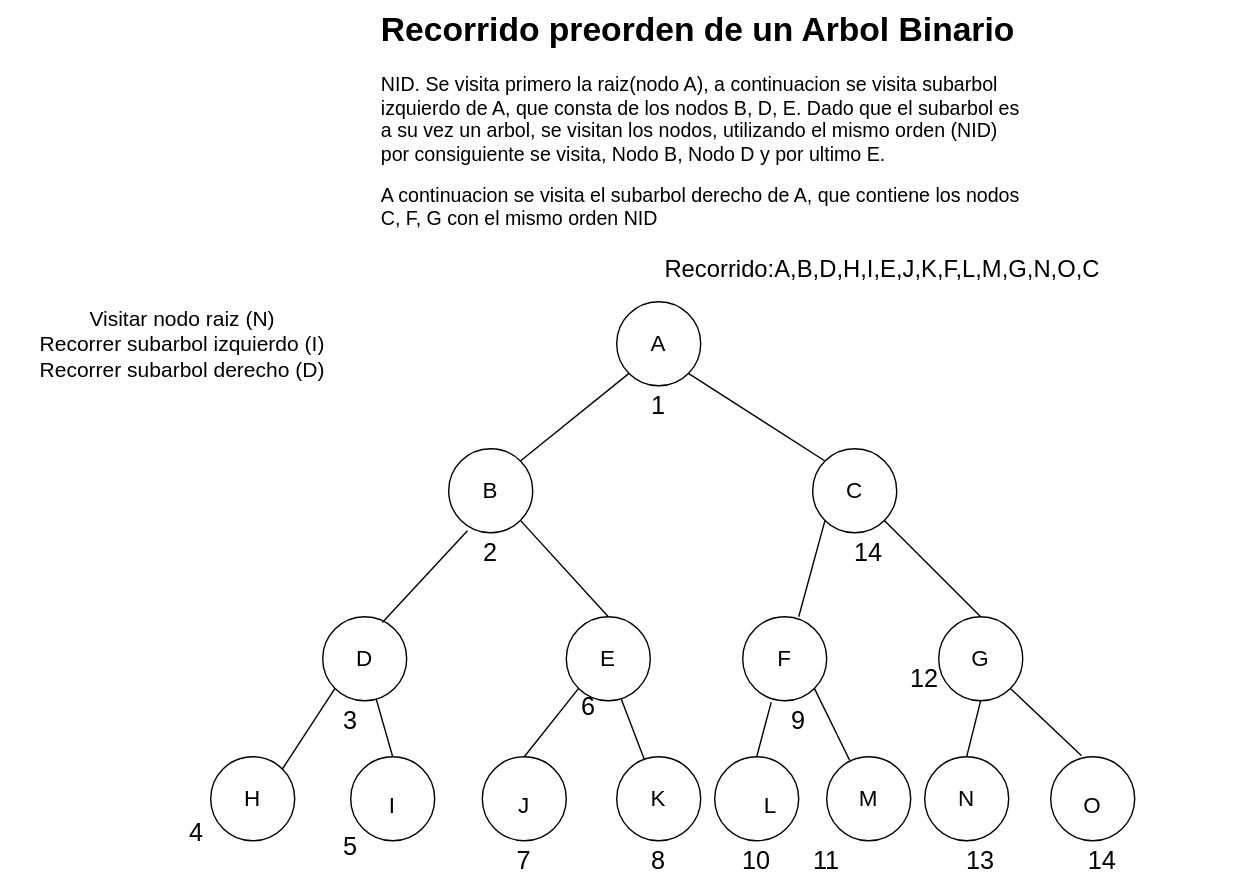
Above: Estructura-de-datos/Arboles/preorden.drawio.svg in Nordcode-cyber/Algoritmos-Estructdatos (draw.io), before the change. Source tidied: cells renumbered, new cells last; positions are measured from the earlier drawing's top-left corner, leaving out a move shared by most shapes.
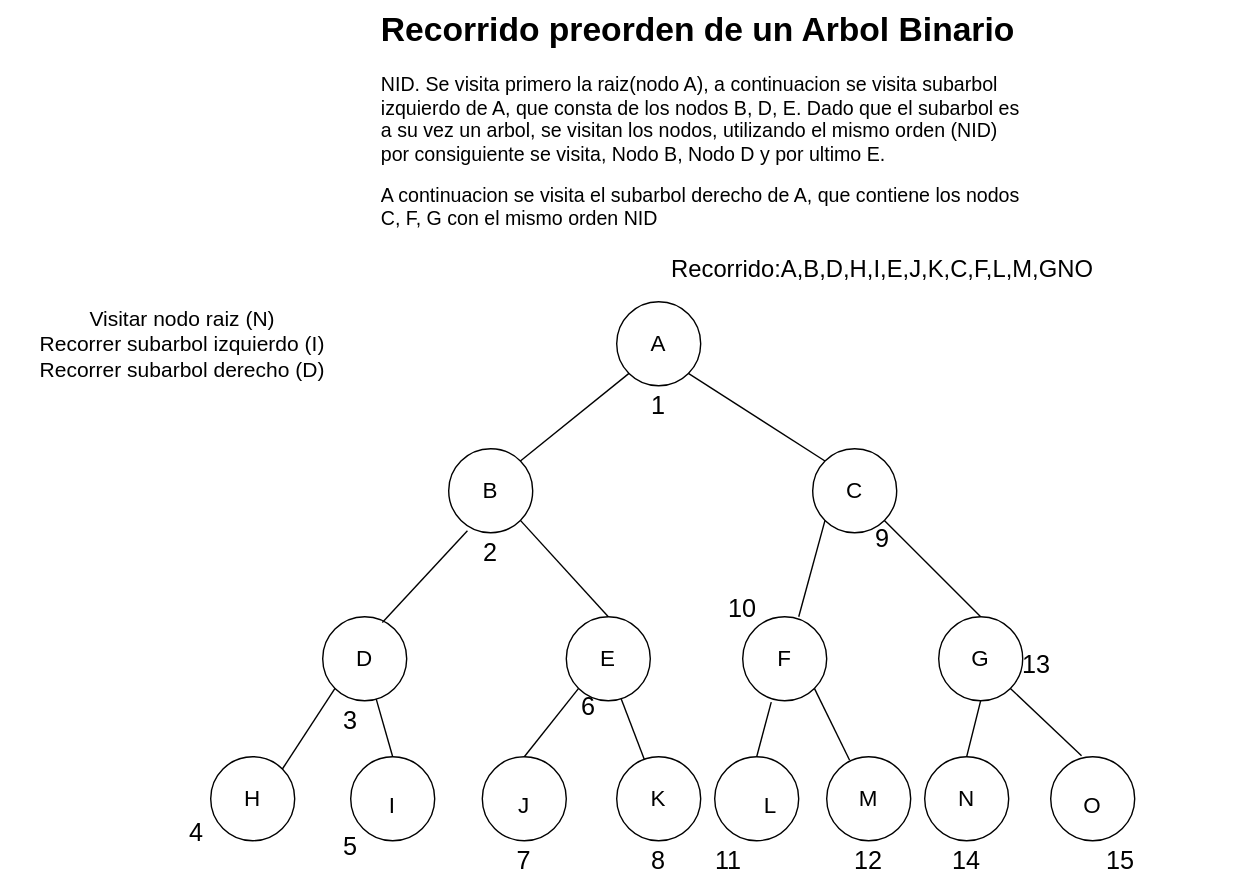
After the change.

What changed in the source:
```diff
@@ -74,7 +74,7 @@
     <mxCell id="25" value="&lt;font style=&quot;font-size: 18px; color: light-dark(rgb(0, 0, 0), rgb(153, 0, 0));&quot;&gt;2&lt;/font&gt;" style="text;html=1;align=center;verticalAlign=middle;whiteSpace=wrap;rounded=0;" parent="1" vertex="1">
       <mxGeometry x="320" y="380" width="60" height="30" as="geometry" />
     </mxCell>
-    <mxCell id="26" value="&lt;font style=&quot;color: light-dark(rgb(0, 0, 0), rgb(102, 255, 102)); font-size: 17px;&quot;&gt;Recorrido:A,B,D,H,I,E,J,K,F,L,M,G,N,O,C&lt;/font&gt;&lt;div&gt;&lt;br&gt;&lt;/div&gt;" style="text;html=1;align=center;verticalAlign=middle;whiteSpace=wrap;rounded=0;" parent="1" vertex="1">
+    <mxCell id="26" value="&lt;font style=&quot;color: light-dark(rgb(0, 0, 0), rgb(102, 255, 102)); font-size: 17px;&quot;&gt;Recorrido:A,B,D,H,I,E,J,K,C,F,L,M,GNO&lt;/font&gt;&lt;div&gt;&lt;br&gt;&lt;/div&gt;" style="text;html=1;align=center;verticalAlign=middle;whiteSpace=wrap;rounded=0;" parent="1" vertex="1">
       <mxGeometry x="370" y="180" width="520" height="40" as="geometry" />
     </mxCell>
     <mxCell id="27" style="ellipse;whiteSpace=wrap;html=1;fillColor=none;" parent="1" vertex="1">
@@ -155,14 +155,14 @@
     <mxCell id="52" value="&lt;font style=&quot;font-size: 18px; color: light-dark(rgb(0, 0, 0), rgb(153, 0, 0));&quot;&gt;4&lt;/font&gt;" style="text;html=1;align=center;verticalAlign=middle;whiteSpace=wrap;rounded=0;" parent="1" vertex="1">
       <mxGeometry x="110" y="580" width="60" height="30" as="geometry" />
     </mxCell>
-    <mxCell id="53" value="&lt;font style=&quot;font-size: 18px; color: light-dark(rgb(0, 0, 0), rgb(153, 0, 0));&quot;&gt;14&lt;/font&gt;" style="text;html=1;align=center;verticalAlign=middle;whiteSpace=wrap;rounded=0;" parent="1" vertex="1">
-      <mxGeometry x="590" y="380" width="60" height="30" as="geometry" />
+    <mxCell id="53" value="&lt;font style=&quot;font-size: 18px; color: light-dark(rgb(0, 0, 0), rgb(153, 0, 0));&quot;&gt;15&lt;/font&gt;" style="text;html=1;align=center;verticalAlign=middle;whiteSpace=wrap;rounded=0;" parent="1" vertex="1">
+      <mxGeometry x="770" y="600" width="60" height="30" as="geometry" />
     </mxCell>
     <mxCell id="54" value="&lt;font style=&quot;font-size: 18px; color: light-dark(rgb(0, 0, 0), rgb(153, 0, 0));&quot;&gt;9&lt;/font&gt;" style="text;html=1;align=center;verticalAlign=middle;whiteSpace=wrap;rounded=0;" parent="1" vertex="1">
-      <mxGeometry x="540" y="500" width="60" height="30" as="geometry" />
+      <mxGeometry x="600" y="370" width="60" height="30" as="geometry" />
     </mxCell>
     <mxCell id="55" value="&lt;font style=&quot;font-size: 18px; color: light-dark(rgb(0, 0, 0), rgb(153, 0, 0));&quot;&gt;12&lt;/font&gt;" style="text;html=1;align=center;verticalAlign=middle;whiteSpace=wrap;rounded=0;" parent="1" vertex="1">
-      <mxGeometry x="630" y="470" width="60" height="30" as="geometry" />
+      <mxGeometry x="590" y="600" width="60" height="30" as="geometry" />
     </mxCell>
     <mxCell id="56" value="&lt;font style=&quot;font-size: 18px; color: light-dark(rgb(0, 0, 0), rgb(153, 0, 0));&quot;&gt;5&lt;/font&gt;" style="text;html=1;align=center;verticalAlign=middle;whiteSpace=wrap;rounded=0;" parent="1" vertex="1">
       <mxGeometry x="220" y="590" width="60" height="30" as="geometry" />
@@ -177,16 +177,16 @@
       <mxGeometry x="440" y="600" width="60" height="30" as="geometry" />
     </mxCell>
     <mxCell id="60" value="&lt;font style=&quot;font-size: 18px; color: light-dark(rgb(0, 0, 0), rgb(153, 0, 0));&quot;&gt;10&lt;/font&gt;" style="text;html=1;align=center;verticalAlign=middle;whiteSpace=wrap;rounded=0;" parent="1" vertex="1">
-      <mxGeometry x="510" y="600" width="60" height="30" as="geometry" />
+      <mxGeometry x="500" y="420" width="60" height="30" as="geometry" />
     </mxCell>
     <mxCell id="61" value="&lt;font style=&quot;font-size: 18px; color: light-dark(rgb(0, 0, 0), rgb(153, 0, 0));&quot;&gt;11&lt;/font&gt;" style="text;html=1;align=center;verticalAlign=middle;whiteSpace=wrap;rounded=0;" parent="1" vertex="1">
-      <mxGeometry x="560" y="600" width="60" height="30" as="geometry" />
+      <mxGeometry x="490" y="600" width="60" height="30" as="geometry" />
     </mxCell>
     <mxCell id="62" value="&lt;font style=&quot;font-size: 18px; color: light-dark(rgb(0, 0, 0), rgb(153, 0, 0));&quot;&gt;13&lt;/font&gt;" style="text;html=1;align=center;verticalAlign=middle;whiteSpace=wrap;rounded=0;" parent="1" vertex="1">
-      <mxGeometry x="670" y="600" width="60" height="30" as="geometry" />
+      <mxGeometry x="710" y="460" width="60" height="30" as="geometry" />
     </mxCell>
     <mxCell id="63" value="&lt;font style=&quot;font-size: 18px; color: light-dark(rgb(0, 0, 0), rgb(153, 0, 0));&quot;&gt;14&lt;/font&gt;" style="text;html=1;align=center;verticalAlign=middle;whiteSpace=wrap;rounded=0;" parent="1" vertex="1">
-      <mxGeometry x="757" y="600" width="60" height="30" as="geometry" />
+      <mxGeometry x="660" y="600" width="60" height="30" as="geometry" />
     </mxCell>
   </root>
 </mxGraphModel>
```
